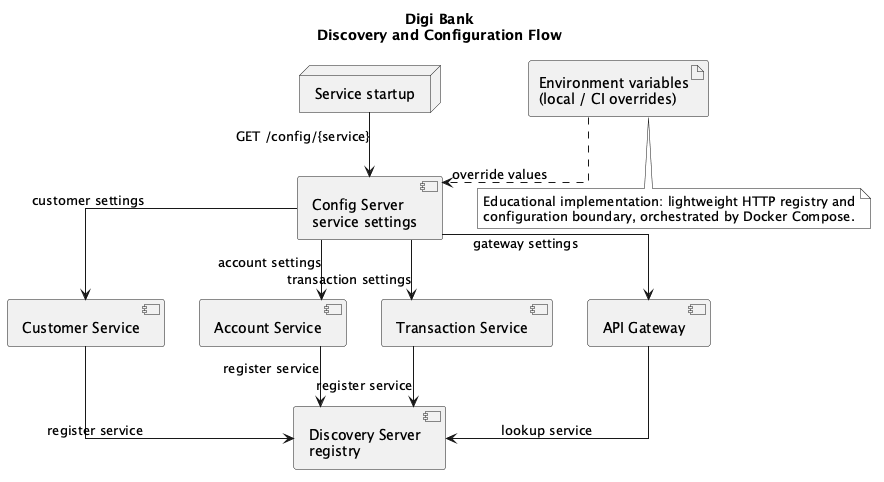
This is docs/architecture/11_discovery_configuration_flow.png from AssahBismarkabah/digibank-core, a PlantUML export, as it was before one commit.
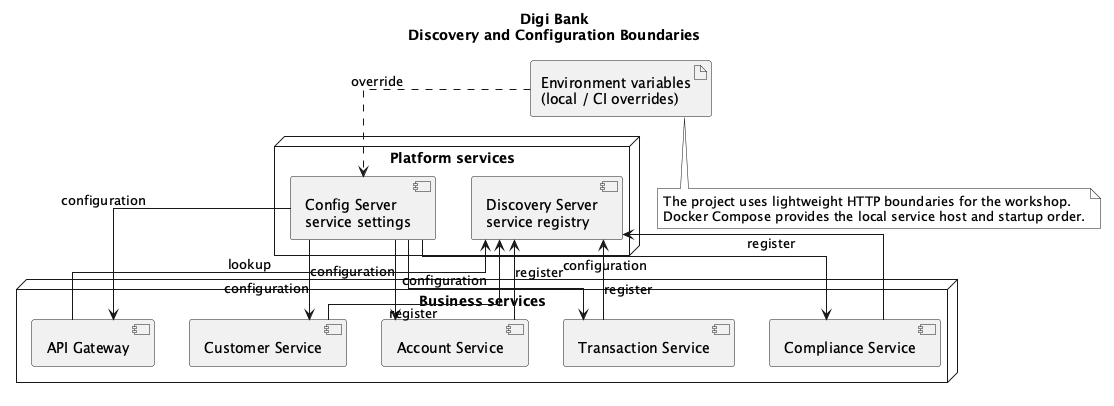
The same file after the commit.

Commit message:
docs: refine microservice diagram layouts

What changed in the source:
```diff
@@ -3,31 +3,43 @@
 skinparam shadowing false
 skinparam componentStyle uml2
 skinparam linetype ortho
-title Digi Bank\nDiscovery and Configuration Flow
+title Digi Bank\nDiscovery and Configuration Boundaries
 
-node "Service startup" as startup
-component "Customer Service" as customer
-component "Account Service" as account
-component "Transaction Service" as transaction
-component "API Gateway" as gateway
-component "Discovery Server\nregistry" as discovery
-component "Config Server\nservice settings" as config
+node "Platform services" as platform {
+  component "Config Server\nservice settings" as config
+  component "Discovery Server\nservice registry" as discovery
+  config -[hidden]right- discovery
+}
+
+node "Business services" as services {
+  component "Customer Service" as customer
+  component "Account Service" as account
+  component "Transaction Service" as transaction
+  component "Compliance Service" as compliance
+  component "API Gateway" as gateway
+  customer -[hidden]right- account
+  account -[hidden]right- transaction
+  transaction -[hidden]right- compliance
+  compliance -[hidden]right- gateway
+}
+
 artifact "Environment variables\n(local / CI overrides)" as env
 
-startup --> config : GET /config/{service}
-config --> customer : customer settings
-config --> account : account settings
-config --> transaction : transaction settings
-config --> gateway : gateway settings
+env ..> config : override
+config --> customer : configuration
+config --> account : configuration
+config --> transaction : configuration
+config --> compliance : configuration
+config --> gateway : configuration
 
-customer --> discovery : register service
-account --> discovery : register service
-transaction --> discovery : register service
-gateway --> discovery : lookup service
-env ..> config : override values
+customer --> discovery : register
+account --> discovery : register
+transaction --> discovery : register
+compliance --> discovery : register
+gateway --> discovery : lookup
 
 note bottom
-  Educational implementation: lightweight HTTP registry and
-  configuration boundary, orchestrated by Docker Compose.
+  The project uses lightweight HTTP boundaries for the workshop.
+  Docker Compose provides the local service host and startup order.
 end note
 @enduml
```
